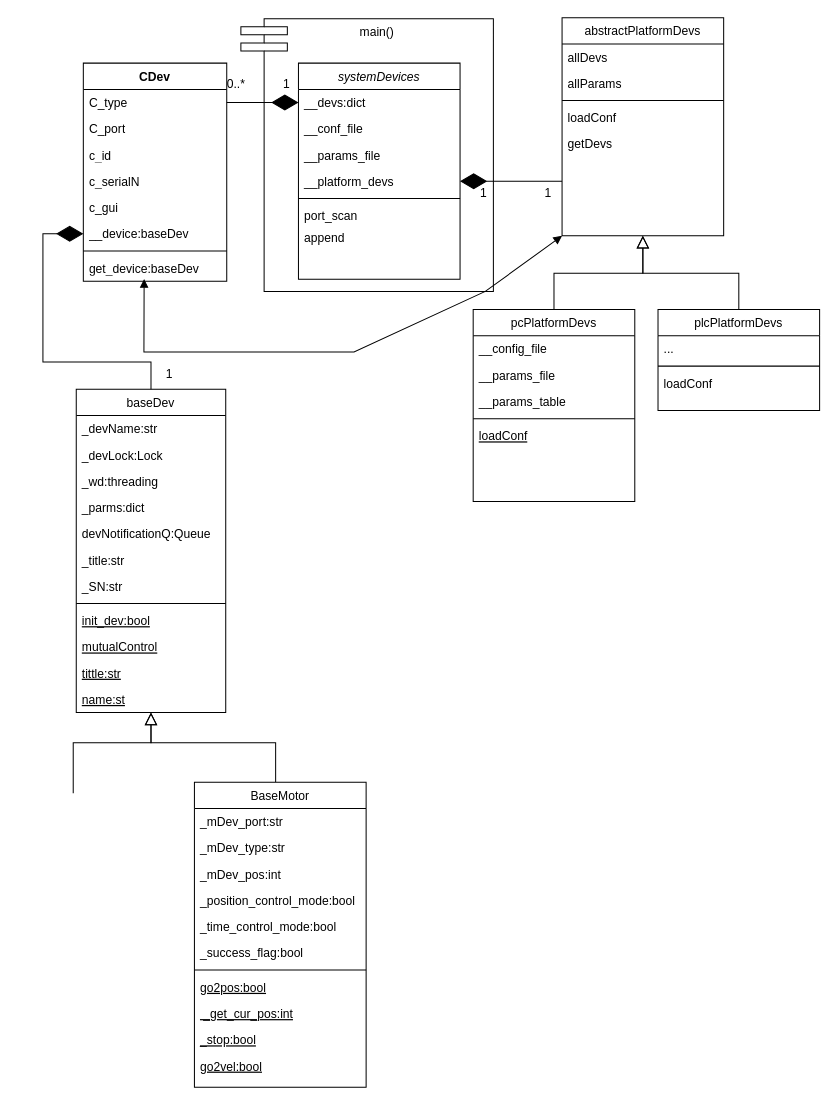
This is page "Page-1" (1 of 2) of v5 class diagram.drawio from lvoldman/v5, a draw.io file, before an edit. Source tidied: cells renumbered, new cells numbered last; positions are measured from the earlier drawing's top-left corner, leaving out a move shared by most shapes. Both pictures are drawn from the tidied source at 101%, with x=0, y=0 at pixel (42, 17).
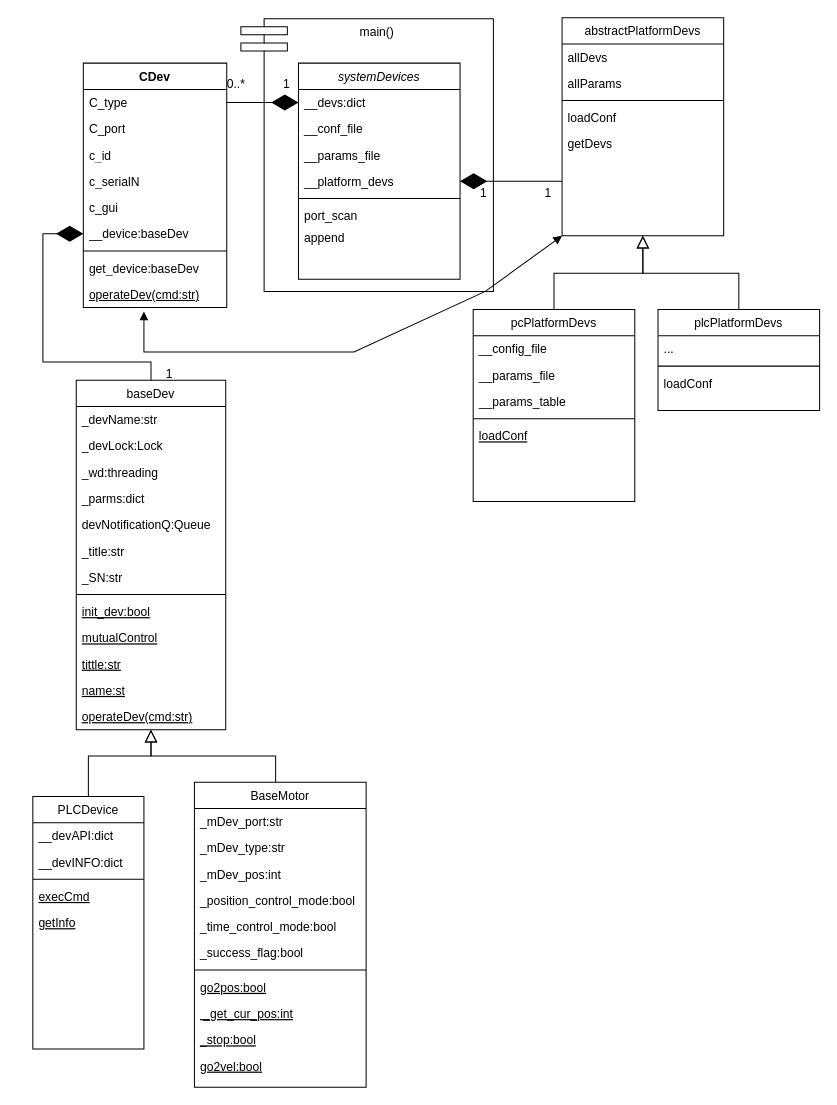
Above is the later version.

The change refers to these unchanged cells:
```xml
<mxCell id="23" value="abstractPlatformDevs" style="swimlane;fontStyle=0;align=center;verticalAlign=top;horizontal=1;startSize=26;rounded=0;shadow=0;strokeWidth=1;" parent="1" vertex="1">
  <mxGeometry x="514" width="160" height="216" as="geometry" />
</mxCell>
<mxCell id="61" value="BaseMotor" style="swimlane;fontStyle=0;align=center;verticalAlign=top;horizontal=1;startSize=26;rounded=0;shadow=0;strokeWidth=1;" parent="1" vertex="1">
  <mxGeometry x="150" y="757" width="170" height="302" as="geometry" />
</mxCell>
```

What changed in the source:
```diff
@@
     <mxCell id="30" value="CDev" style="swimlane;fontStyle=1;align=center;verticalAlign=top;horizontal=1;startSize=26;whiteSpace=wrap;html=1;" parent="1" vertex="1">
-      <mxGeometry x="40" y="45" width="142" height="216" as="geometry" />
+      <mxGeometry x="40" y="45" width="142" height="242" as="geometry" />
     </mxCell>
@@
+    <mxCell id="74" value="&lt;span style=&quot;text-wrap-mode: nowrap; text-decoration-line: underline;&quot;&gt;operateDev(cmd:str)&lt;/span&gt;" style="text;strokeColor=none;fillColor=none;align=left;verticalAlign=top;spacingLeft=4;spacingRight=4;overflow=hidden;whiteSpace=wrap;html=1;" parent="30" vertex="1">
+      <mxGeometry y="216" width="142" height="26" as="geometry" />
+    </mxCell>
@@
-    <mxCell id="44" style="endArrow=block;startArrow=block;endFill=1;startFill=1;html=1;rounded=0;exitX=0.476;exitY=0.917;exitDx=0;exitDy=0;exitPerimeter=0;entryX=0;entryY=1;entryDx=0;entryDy=0;" parent="1" edge="1" target="23">
+    <mxCell id="44" style="endArrow=block;startArrow=block;endFill=1;startFill=1;html=1;rounded=0;entryX=0;entryY=1;entryDx=0;entryDy=0;" parent="1" edge="1" target="23">
       <mxGeometry relative="1" as="geometry">
-        <mxPoint x="100.2" y="258.8" as="sourcePoint" />
+        <mxPoint x="100" y="291" as="sourcePoint" />
         <Array as="points">
           <mxPoint x="100" y="331" />
           <mxPoint x="308" y="331" />
           <mxPoint x="438" y="271" />
         </Array>
       </mxGeometry>
     </mxCell>
-    <mxCell id="45" style="endArrow=block;endSize=10;endFill=0;shadow=0;strokeWidth=1;rounded=0;curved=0;edgeStyle=elbowEdgeStyle;elbow=vertical;entryX=0.5;entryY=1;entryDx=0;entryDy=0;" parent="1" edge="1" target="47">
+    <mxCell id="45" style="endArrow=block;endSize=10;endFill=0;shadow=0;strokeWidth=1;rounded=0;curved=0;edgeStyle=elbowEdgeStyle;elbow=vertical;entryX=0.5;entryY=1;entryDx=0;entryDy=0;exitX=0.5;exitY=0;exitDx=0;exitDy=0;" parent="1" edge="1" source="76" target="47">
       <mxGeometry relative="1" as="geometry">
-        <mxPoint x="30" y="768" as="sourcePoint" />
         <Array as="points">
-          <mxPoint x="70" y="718" />
+          <mxPoint x="70" y="731" />
         </Array>
       </mxGeometry>
     </mxCell>
     <mxCell id="46" style="endArrow=block;endSize=10;endFill=0;shadow=0;strokeWidth=1;rounded=0;curved=0;edgeStyle=elbowEdgeStyle;elbow=vertical;entryX=0.5;entryY=1;entryDx=0;entryDy=0;exitX=0.473;exitY=0;exitDx=0;exitDy=0;exitPerimeter=0;" parent="1" edge="1" source="61" target="47">
       <mxGeometry relative="1" as="geometry">
         <Array as="points">
-          <mxPoint x="170" y="718" />
+          <mxPoint x="170" y="731" />
         </Array>
       </mxGeometry>
     </mxCell>
     <mxCell id="47" value="baseDev" style="swimlane;fontStyle=0;align=center;verticalAlign=top;horizontal=1;startSize=26;rounded=0;shadow=0;strokeWidth=1;" parent="1" vertex="1">
-      <mxGeometry x="33" y="368" width="148" height="320" as="geometry" />
+      <mxGeometry x="33" y="359" width="148" height="346" as="geometry" />
     </mxCell>
@@
+    <mxCell id="75" value="operateDev(cmd:str)" style="text;align=left;verticalAlign=top;spacingLeft=4;spacingRight=4;overflow=hidden;fontStyle=4;" parent="47" vertex="1">
+      <mxGeometry y="320" width="148" height="26" as="geometry" />
+    </mxCell>
@@
+    <mxCell id="76" value="PLCDevice" style="swimlane;fontStyle=0;align=center;verticalAlign=top;horizontal=1;startSize=26;rounded=0;shadow=0;strokeWidth=1;" parent="1" vertex="1">
+      <mxGeometry x="-10" y="771" width="110" height="250" as="geometry" />
+    </mxCell>
+    <mxCell id="77" value="__devAPI:dict" style="text;align=left;verticalAlign=top;spacingLeft=4;spacingRight=4;overflow=hidden;rounded=0;shadow=0;html=0;" parent="76" vertex="1">
+      <mxGeometry y="26" width="110" height="26" as="geometry" />
+    </mxCell>
+    <mxCell id="78" value="__devINFO:dict" style="text;align=left;verticalAlign=top;spacingLeft=4;spacingRight=4;overflow=hidden;rounded=0;shadow=0;html=0;" parent="76" vertex="1">
+      <mxGeometry y="52" width="110" height="26" as="geometry" />
+    </mxCell>
+    <mxCell id="79" style="line;html=1;strokeWidth=1;align=left;verticalAlign=middle;spacingTop=-1;spacingLeft=3;spacingRight=3;labelPosition=right;" parent="76" vertex="1">
+      <mxGeometry y="78" width="110" height="8" as="geometry" />
+    </mxCell>
+    <mxCell id="80" value="execCmd" style="text;align=left;verticalAlign=top;spacingLeft=4;spacingRight=4;overflow=hidden;fontStyle=4;" parent="76" vertex="1">
+      <mxGeometry y="86" width="110" height="26" as="geometry" />
+    </mxCell>
+    <mxCell id="81" value="getInfo" style="text;align=left;verticalAlign=top;spacingLeft=4;spacingRight=4;overflow=hidden;fontStyle=4;" parent="76" vertex="1">
+      <mxGeometry y="112" width="110" height="26" as="geometry" />
+    </mxCell>
```
